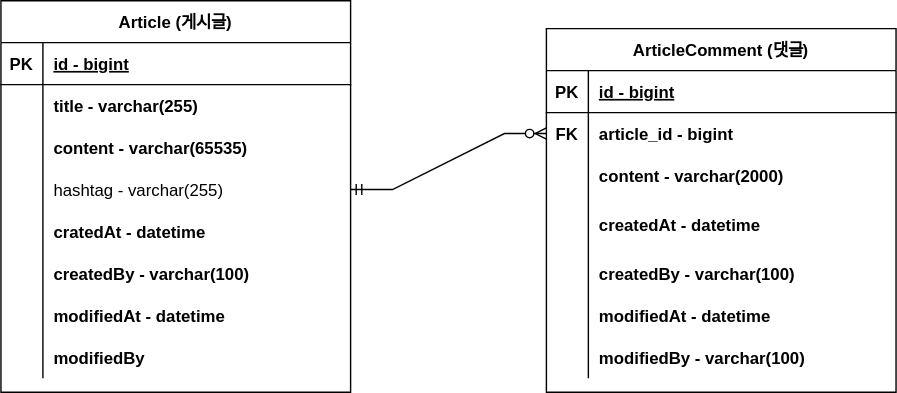
Above: document/project-board-erd.drawio.svg in zeniverse/fc-project-board (draw.io), before the change. Source tidied: cells renumbered, new cells last; positions are measured from the earlier drawing's top-left corner, leaving out a move shared by most shapes.
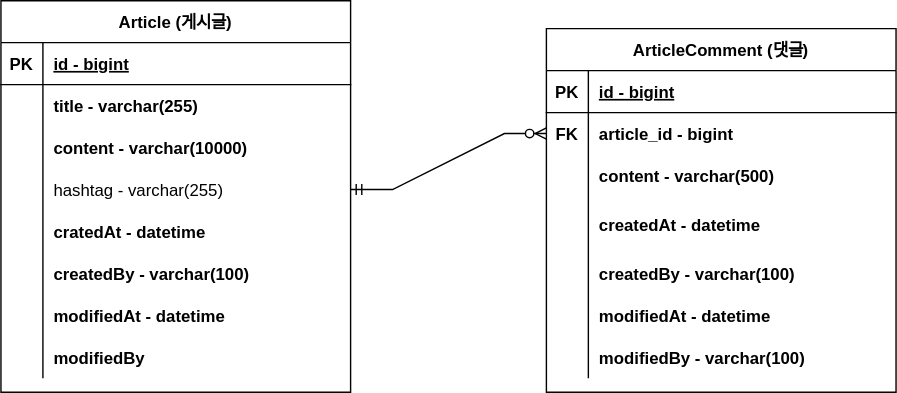
The same file after the commit.

Commit message:
#10 - ERD 업데이트 : content 사이즈 변경

What changed in the source:
```diff
@@ -29,7 +29,7 @@
     <mxCell id="10" style="shape=partialRectangle;overflow=hidden;fillColor=none;top=0;left=0;bottom=0;right=0;" parent="9" vertex="1">
       <mxGeometry width="30" height="30" as="geometry" />
     </mxCell>
-    <mxCell id="11" value="content - varchar(2000)" style="shape=partialRectangle;overflow=hidden;fillColor=none;top=0;left=0;bottom=0;right=0;align=left;spacingLeft=6;fontStyle=1;" parent="9" vertex="1">
+    <mxCell id="11" value="content - varchar(500)" style="shape=partialRectangle;overflow=hidden;fillColor=none;top=0;left=0;bottom=0;right=0;align=left;spacingLeft=6;fontStyle=1;" parent="9" vertex="1">
       <mxGeometry x="30" width="220" height="30" as="geometry" />
     </mxCell>
     <mxCell id="12" style="shape=partialRectangle;fillColor=none;top=0;left=0;right=0;bottom=0;" parent="2" vertex="1">
@@ -95,7 +95,7 @@
     <mxCell id="32" style="shape=partialRectangle;overflow=hidden;fillColor=none;top=0;left=0;bottom=0;right=0;" parent="31" vertex="1">
       <mxGeometry width="30" height="30" as="geometry" />
     </mxCell>
-    <mxCell id="33" value="content - varchar(65535)" style="shape=partialRectangle;overflow=hidden;fillColor=none;top=0;left=0;bottom=0;right=0;align=left;spacingLeft=6;fontStyle=1;" parent="31" vertex="1">
+    <mxCell id="33" value="content - varchar(10000)" style="shape=partialRectangle;overflow=hidden;fillColor=none;top=0;left=0;bottom=0;right=0;align=left;spacingLeft=6;fontStyle=1;" parent="31" vertex="1">
       <mxGeometry x="30" width="220" height="30" as="geometry" />
     </mxCell>
     <mxCell id="34" style="shape=partialRectangle;fillColor=none;points=[[0,0.5],[1,0.5]];portConstraint=eastwest;top=0;left=0;right=0;bottom=0;" parent="24" vertex="1">
```
